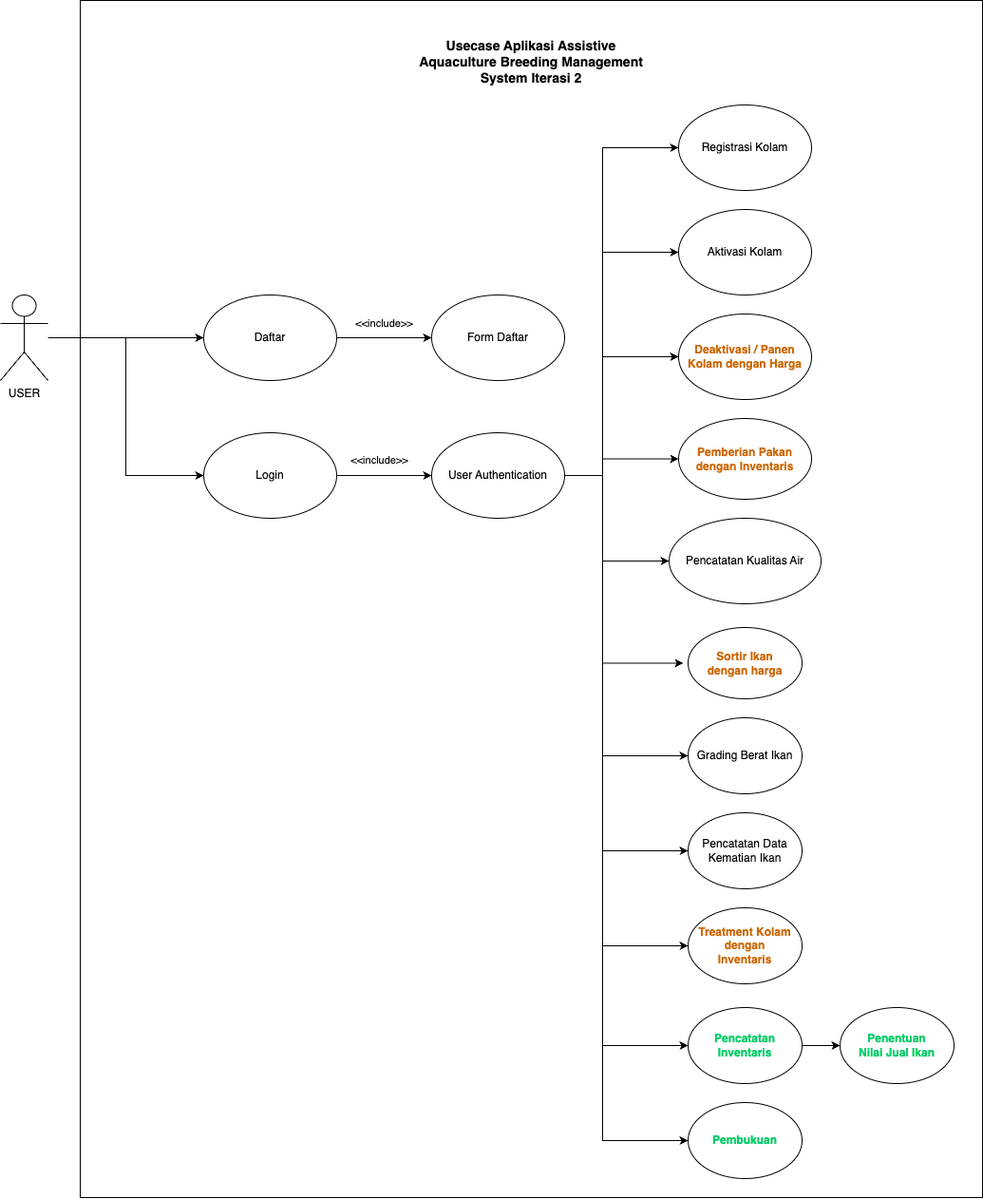
Above: gambar/usecase_iterasi_2.png in MauL08/MyThesis (draw.io), before the change. Source tidied: cells renumbered, new cells last; positions are measured from the earlier drawing's top-left corner, leaving out a move shared by most shapes.
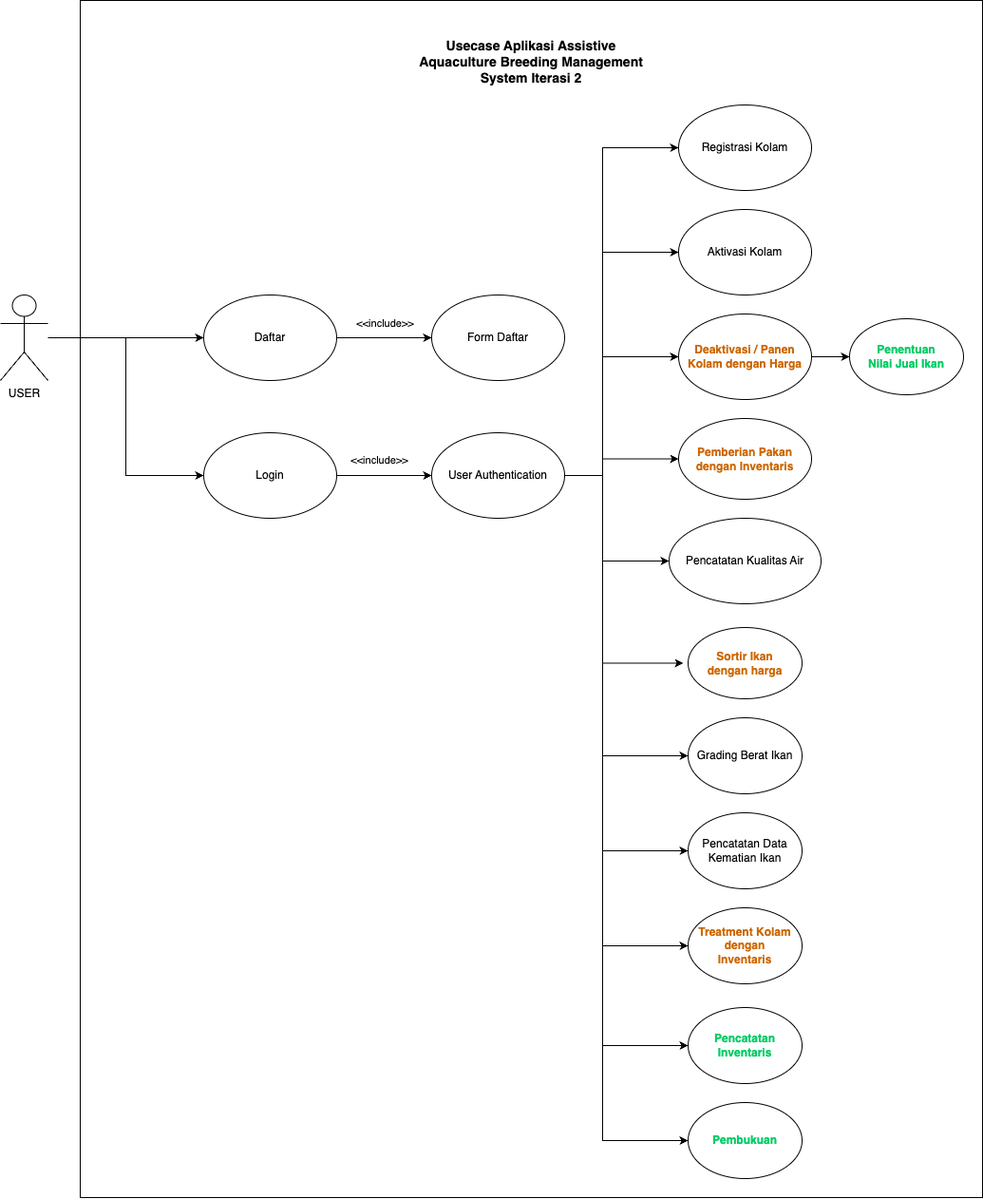
The same diagram one commit later.

What changed in the source:
```diff
@@ -14,6 +14,9 @@
     <mxCell id="5" value="USER" style="shape=umlActor;verticalLabelPosition=bottom;verticalAlign=top;html=1;outlineConnect=0;" parent="1" vertex="1">
       <mxGeometry y="310" width="50" height="90" as="geometry" />
     </mxCell>
+    <mxCell id="38" style="edgeStyle=orthogonalEdgeStyle;rounded=0;jettySize=auto;html=1;" parent="1" edge="1" source="6" target="19">
+      <mxGeometry relative="1" as="geometry" />
+    </mxCell>
     <mxCell id="6" value="&lt;b&gt;&lt;font color=&quot;#cc6600&quot;&gt;Deaktivasi / Panen &lt;br&gt;Kolam dengan Harga&lt;/font&gt;&lt;/b&gt;" style="ellipse;whiteSpace=wrap;html=1;" parent="1" vertex="1">
       <mxGeometry x="714" y="330" width="140" height="90" as="geometry" />
     </mxCell>
@@ -35,9 +38,6 @@
     <mxCell id="12" value="&lt;b&gt;&lt;font color=&quot;#cc6600&quot;&gt;Sortir Ikan&lt;br&gt;dengan harga&lt;/font&gt;&lt;/b&gt;" style="ellipse;whiteSpace=wrap;html=1;" parent="1" vertex="1">
       <mxGeometry x="724" y="660" width="120" height="75" as="geometry" />
     </mxCell>
-    <mxCell id="13" style="edgeStyle=orthogonalEdgeStyle;rounded=0;jettySize=auto;html=1;entryX=0;entryY=0.5;entryDx=0;entryDy=0;" parent="1" edge="1" source="14" target="19">
-      <mxGeometry relative="1" as="geometry" />
-    </mxCell>
     <mxCell id="14" value="Pencatatan&lt;br&gt;Inventaris" style="ellipse;whiteSpace=wrap;html=1;fontStyle=1;fontColor=#00CC66;" parent="1" vertex="1">
       <mxGeometry x="724" y="1060" width="120" height="80" as="geometry" />
     </mxCell>
@@ -54,7 +54,7 @@
       <mxGeometry x="724" y="1160" width="120" height="80" as="geometry" />
     </mxCell>
     <mxCell id="19" value="Penentuan&lt;br&gt;Nilai Jual Ikan" style="ellipse;whiteSpace=wrap;html=1;fontStyle=1;fontColor=#00CC66;" parent="1" vertex="1">
-      <mxGeometry x="884" y="1060" width="120" height="80" as="geometry" />
+      <mxGeometry x="894" y="335" width="120" height="80" as="geometry" />
     </mxCell>
     <mxCell id="20" style="edgeStyle=orthogonalEdgeStyle;rounded=0;jettySize=auto;html=1;entryX=0;entryY=0.5;entryDx=0;entryDy=0;" parent="1" edge="1" source="31" target="17">
       <mxGeometry relative="1" as="geometry">
```
